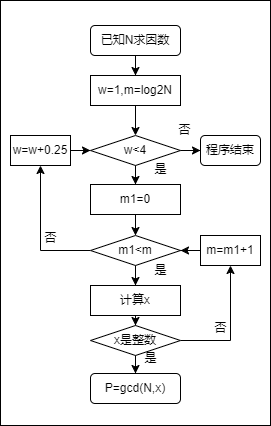
Before: 未命名绘图.drawio.png, a diagram exported from draw.io (lynxswf/lynxswf). Source tidied: cells renumbered, new cells last; positions are measured from the earlier drawing's top-left corner, leaving out a move shared by most shapes.
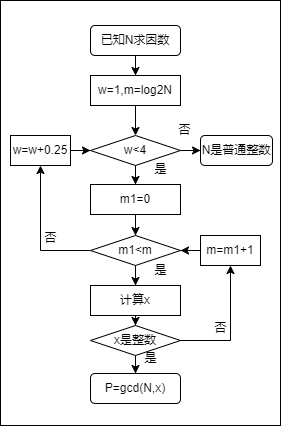
The same file after the commit.

The edit, as a diff of the source:
```diff
@@ -3,7 +3,7 @@
     <mxCell id="0" />
     <mxCell id="1" parent="0" />
     <mxCell id="2" style="whiteSpace=wrap;html=1;" parent="1" vertex="1">
-      <mxGeometry width="270" height="425" as="geometry" />
+      <mxGeometry width="280" height="425" as="geometry" />
     </mxCell>
     <mxCell id="3" style="edgeStyle=orthogonalEdgeStyle;rounded=0;jettySize=auto;html=1;" parent="1" edge="1" source="4" target="6">
       <mxGeometry relative="1" as="geometry" />
@@ -62,8 +62,8 @@
     <mxCell id="21" value="w=w+0.25" style="rounded=0;whiteSpace=wrap;html=1;" parent="1" vertex="1">
       <mxGeometry x="10" y="135" width="60" height="30" as="geometry" />
     </mxCell>
-    <mxCell id="22" value="程序结束" style="rounded=1;whiteSpace=wrap;html=1;" parent="1" vertex="1">
-      <mxGeometry x="200" y="135" width="60" height="30" as="geometry" />
+    <mxCell id="22" value="N是普通整数" style="rounded=1;whiteSpace=wrap;html=1;" parent="1" vertex="1">
+      <mxGeometry x="200" y="135" width="72" height="30" as="geometry" />
     </mxCell>
     <mxCell id="23" style="edgeStyle=orthogonalEdgeStyle;rounded=0;jettySize=auto;html=1;" parent="1" edge="1" source="24" target="13">
       <mxGeometry relative="1" as="geometry" />
```
